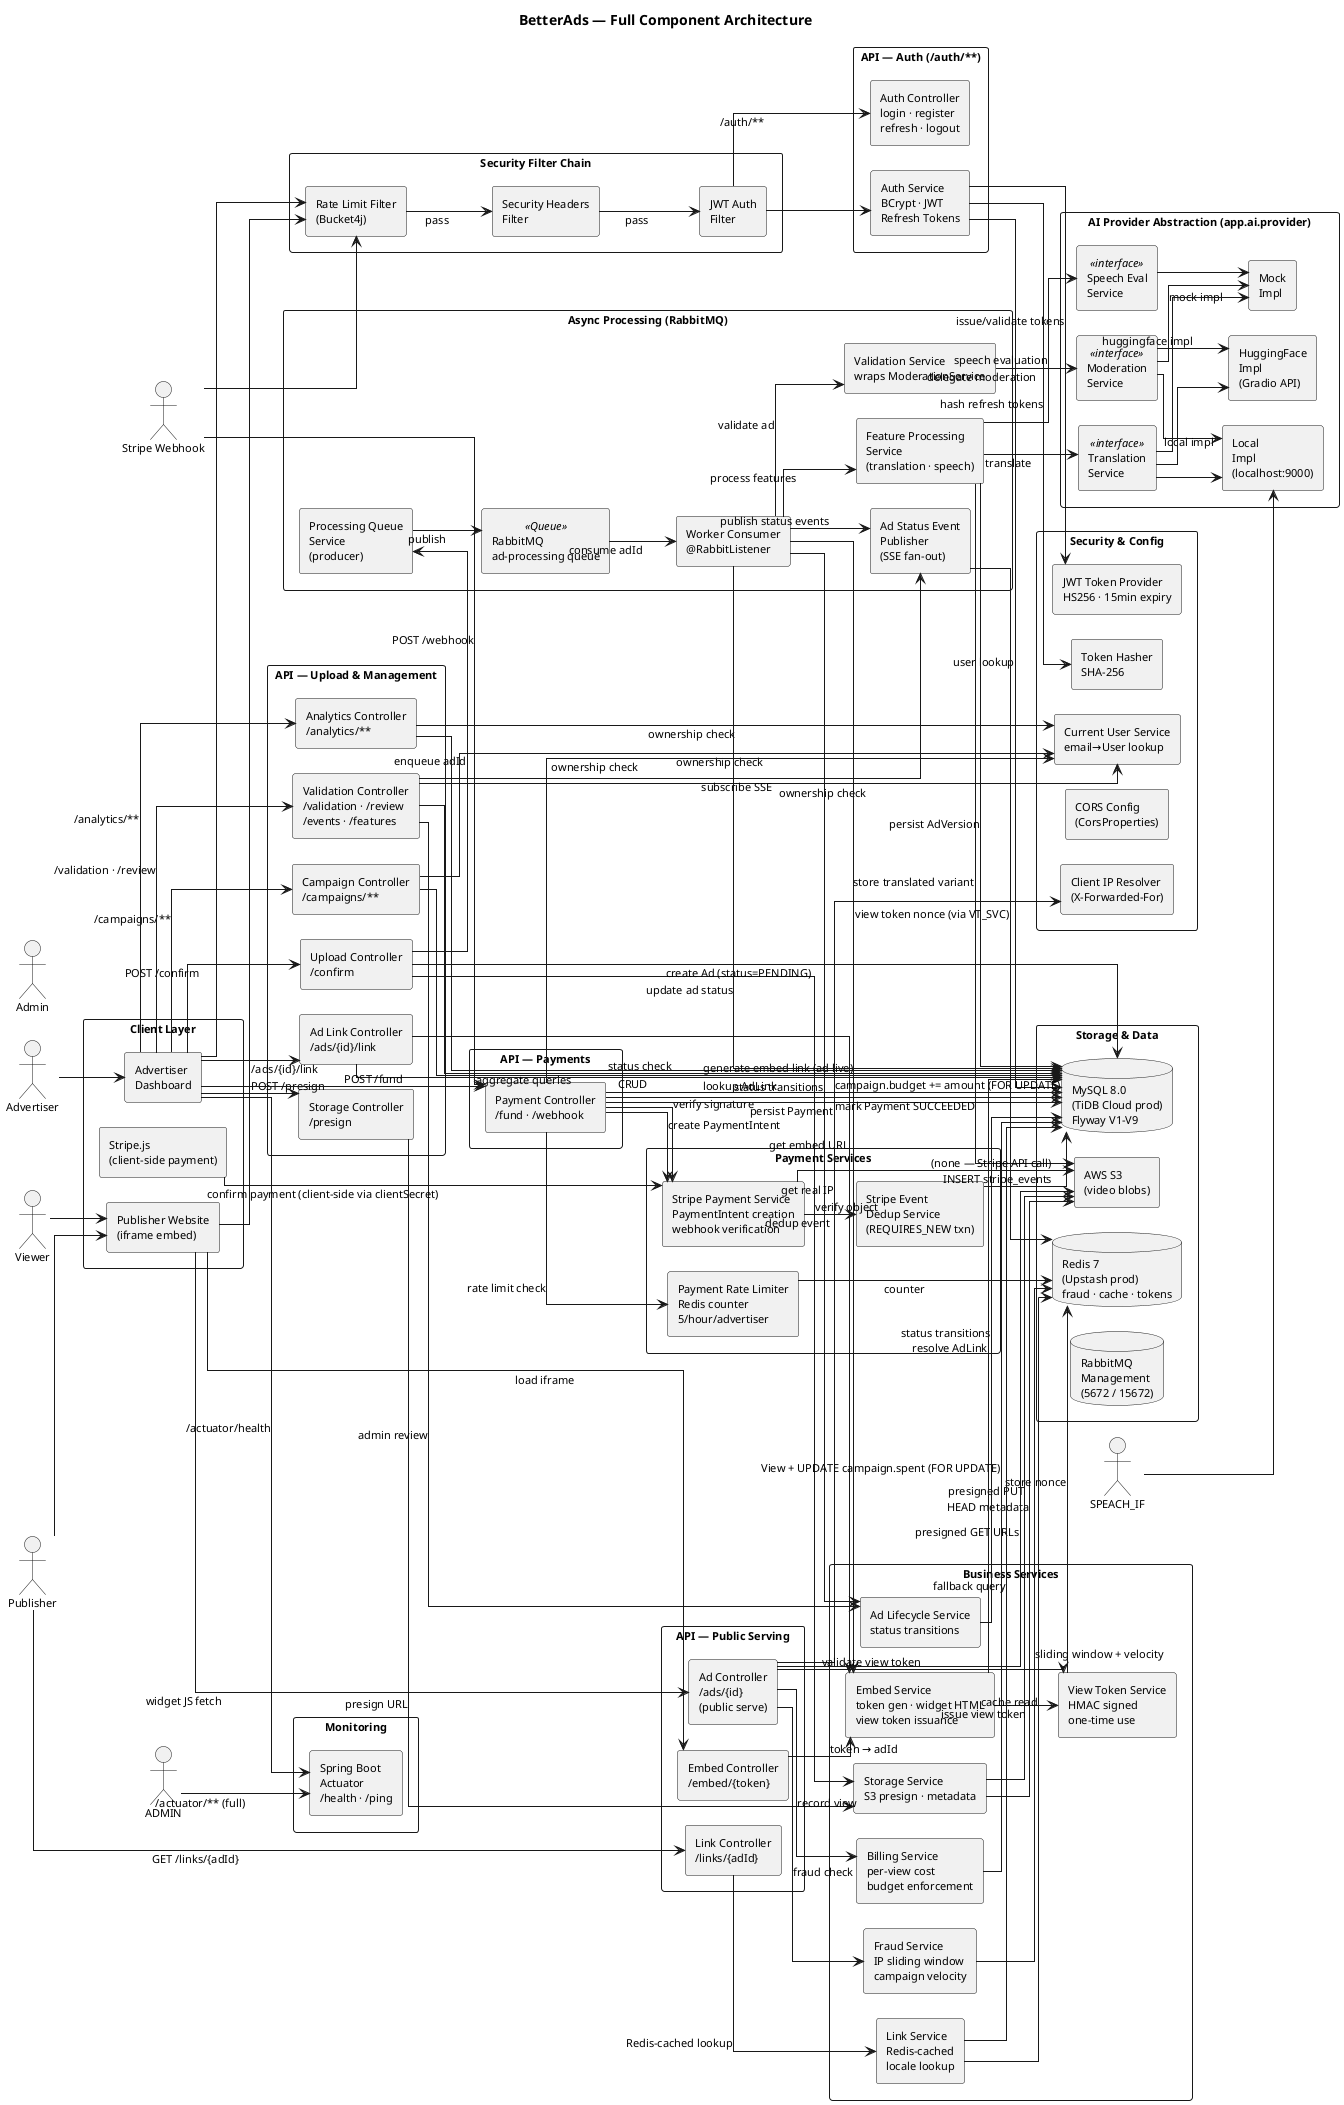
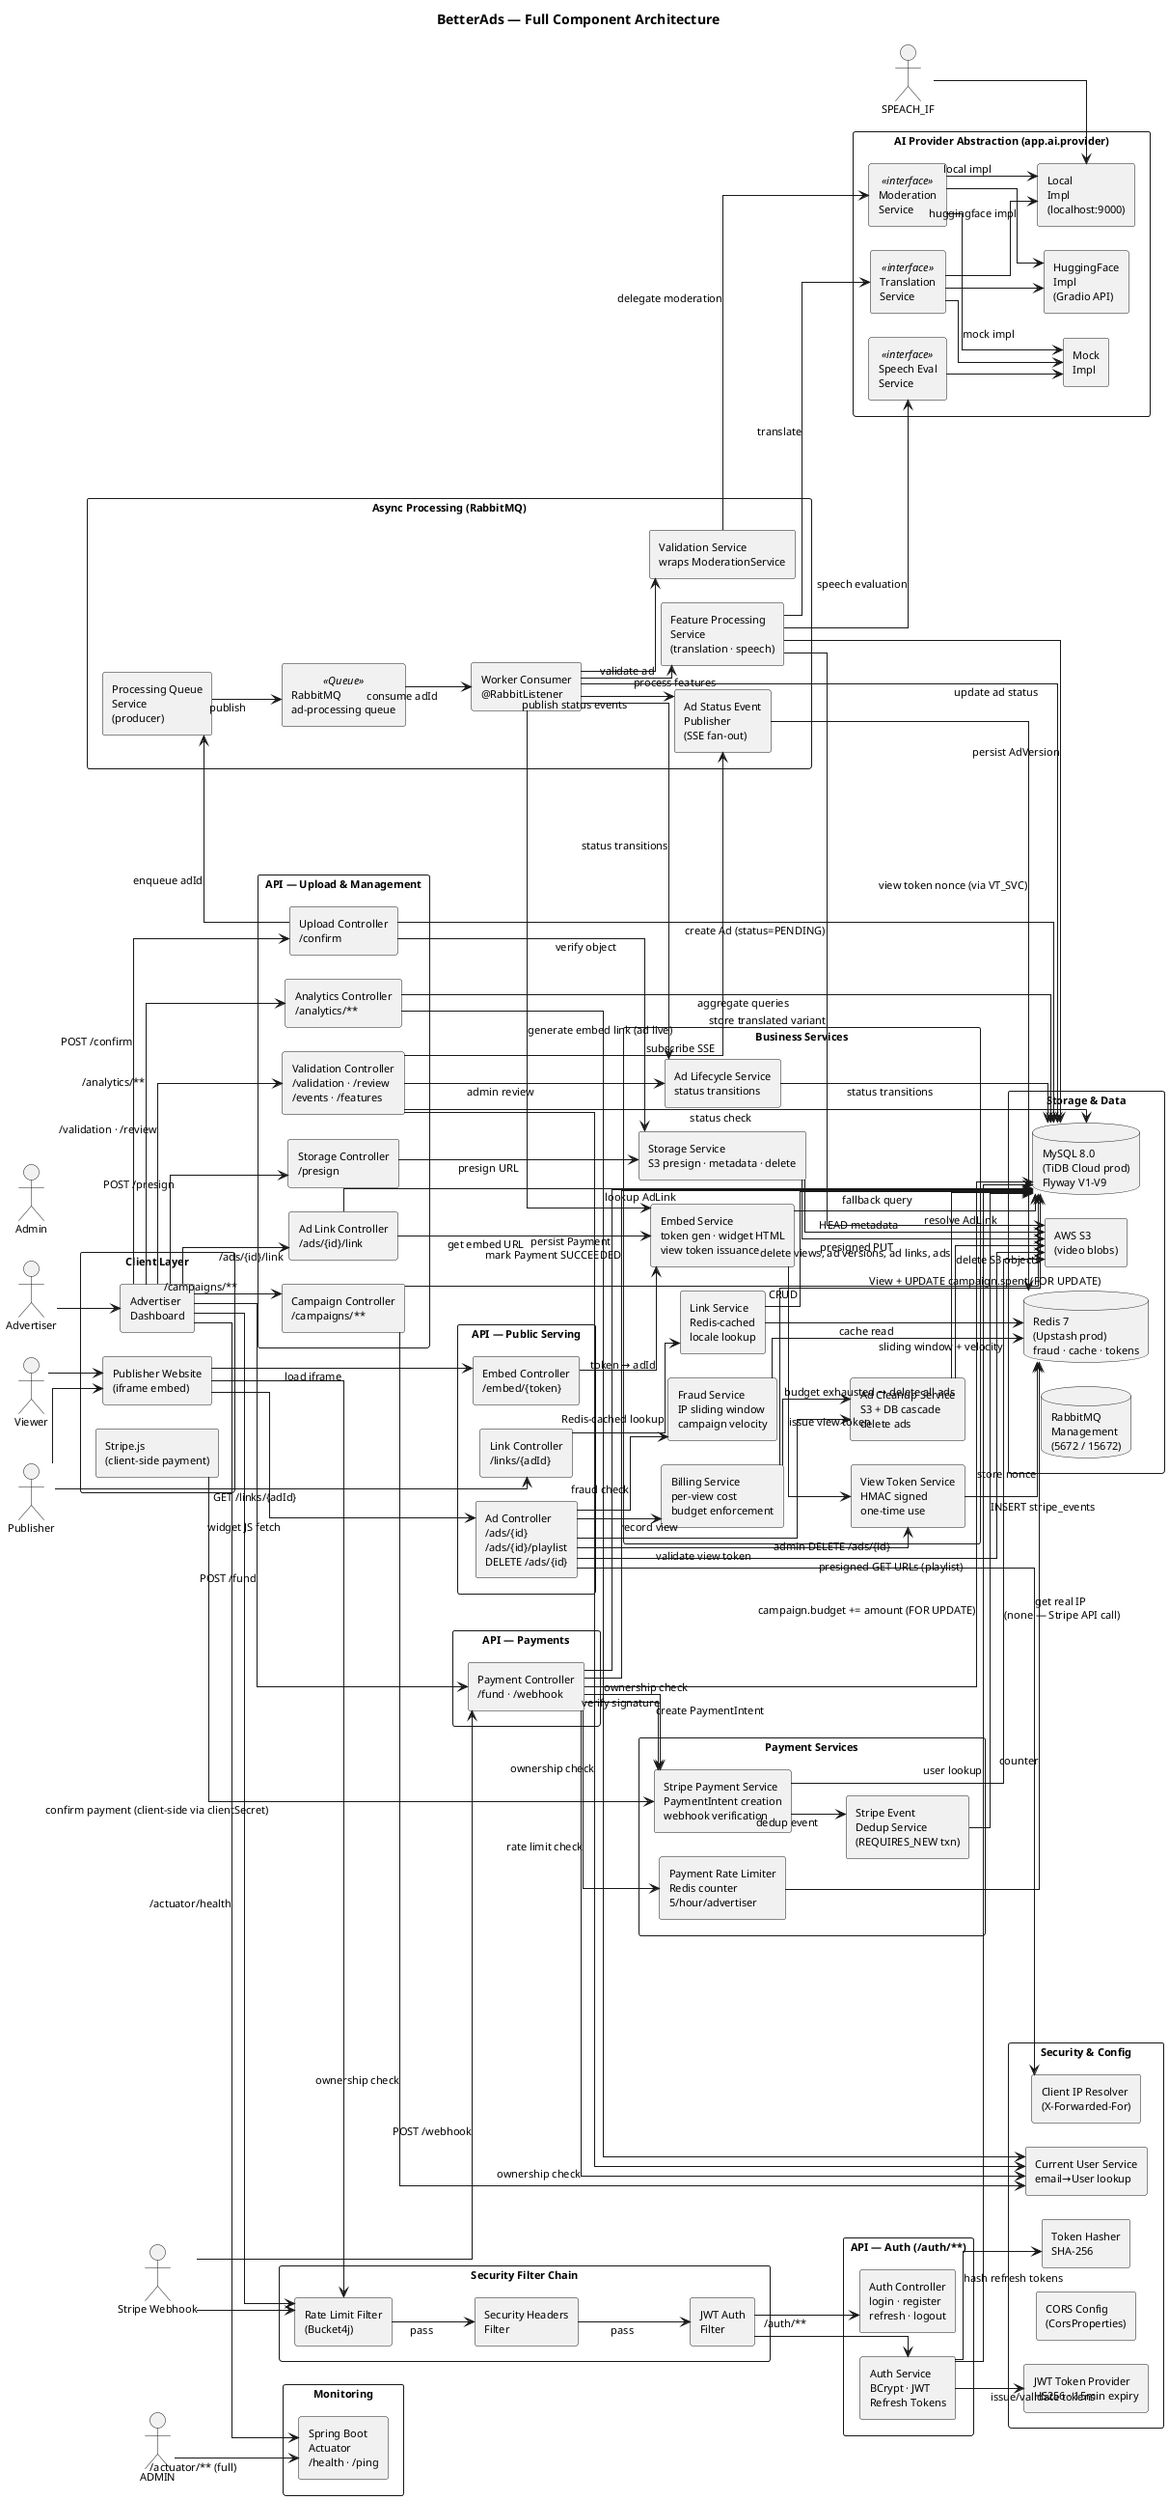
@startuml
left to right direction
skinparam componentStyle rectangle
skinparam linetype ortho
skinparam shadowing false
skinparam nodesep 25
skinparam ranksep 40
skinparam defaultFontSize 11
skinparam packageFontSize 13
skinparam packageStyle rectangle

title BetterAds — Full Component Architecture

'==========================
' Actors
'==========================

actor Advertiser
actor Publisher
actor Viewer
actor "Stripe Webhook" as STRIPE_WH
actor Admin

'==========================
' Client Layer
'==========================

package "Client Layer" {
    component "Advertiser\nDashboard" as ADV_UI
    component "Publisher Website\n(iframe embed)" as PUB_UI
    component "Stripe.js\n(client-side payment)" as STRIPE_JS
}

'==========================
' Security Filter Chain
'==========================

package "Security Filter Chain" {
    component "Rate Limit Filter\n(Bucket4j)" as RATE_FILT
    component "Security Headers\nFilter" as HDR_FILT
    component "JWT Auth\nFilter" as JWT_FILT
}

'==========================
' API Layer — Auth
'==========================

package "API — Auth (/auth/**)" {
    component "Auth Controller\nlogin · register\nrefresh · logout" as AUTH_CTRL
    component "Auth Service\nBCrypt · JWT\nRefresh Tokens" as AUTH_SVC
}

'==========================
' API Layer — Upload & Management
'==========================

package "API — Upload & Management" {
    component "Storage Controller\n/presign" as STORE_CTRL
    component "Upload Controller\n/confirm" as UPLOAD_CTRL
    component "Campaign Controller\n/campaigns/**" as CAMP_CTRL
    component "Validation Controller\n/validation · /review\n/events · /features" as VAL_CTRL
    component "Ad Link Controller\n/ads/{id}/link" as ADLINK_CTRL
    component "Analytics Controller\n/analytics/**" as ANALYTICS_CTRL
}

'==========================
' API Layer — Serving
'==========================

package "API — Public Serving" {
    component "Embed Controller\n/embed/{token}" as EMBED_CTRL
-     component "Ad Controller\n/ads/{id}\n(public serve)" as AD_CTRL
+     component "Ad Controller\n/ads/{id}\n/ads/{id}/playlist\nDELETE /ads/{id}" as AD_CTRL
    component "Link Controller\n/links/{adId}" as LINK_CTRL
}

'==========================
' API Layer — Payments
'==========================

package "API — Payments" {
    component "Payment Controller\n/fund · /webhook" as PAY_CTRL
}

'==========================
' Business Services
'==========================

package "Business Services" {
-     component "Storage Service\nS3 presign · metadata" as STORAGE_SVC
+     component "Storage Service\nS3 presign · metadata · delete" as STORAGE_SVC
    component "Embed Service\ntoken gen · widget HTML\nview token issuance" as EMBED_SVC
    component "Link Service\nRedis-cached\nlocale lookup" as LINK_SVC
    component "Fraud Service\nIP sliding window\ncampaign velocity" as FRAUD_SVC
    component "View Token Service\nHMAC signed\none-time use" as VT_SVC
    component "Billing Service\nper-view cost\nbudget enforcement" as BILL_SVC
    component "Ad Lifecycle Service\nstatus transitions" as LIFECYCLE_SVC
+     component "Ad Cleanup Service\nS3 + DB cascade\ndelete ads" as CLEANUP_SVC
}

'==========================
' Payment Services
'==========================

package "Payment Services" {
    component "Stripe Payment Service\nPaymentIntent creation\nwebhook verification" as STRIPE_SVC
    component "Stripe Event\nDedup Service\n(REQUIRES_NEW txn)" as DEDUP_SVC
    component "Payment Rate Limiter\nRedis counter\n5/hour/advertiser" as PAY_RL
}

'==========================
' Async Processing
'==========================

package "Async Processing (RabbitMQ)" {
    component "Processing Queue\nService\n(producer)" as MQ_PROD
    component "RabbitMQ\nad-processing queue" <<Queue>> as MQ
    component "Worker Consumer\n@RabbitListener" as WORKER
    component "Validation Service\nwraps ModerationService" as VALID_SVC
    component "Feature Processing\nService\n(translation · speech)" as FEAT_SVC
    component "Ad Status Event\nPublisher\n(SSE fan-out)" as SSE_PUB
}

'==========================
' AI Provider Abstraction
'==========================

package "AI Provider Abstraction (app.ai.provider)" {
    component "Moderation\nService" <<interface>> as MOD_IF
    component "Translation\nService" <<interface>> as TRANS_IF
    component "Speech Eval\nService" <<interface>> as SPEECH_IF
    component "Mock\nImpl" as AI_MOCK
    component "Local\nImpl\n(localhost:9000)" as AI_LOCAL
    component "HuggingFace\nImpl\n(Gradio API)" as AI_HF
}

'==========================
' Security & Config
'==========================

package "Security & Config" {
    component "JWT Token Provider\nHS256 · 15min expiry" as JWT_PROV
    component "Token Hasher\nSHA-256" as TOKEN_HASH
    component "Current User Service\nemail→User lookup" as CURR_USER
    component "CORS Config\n(CorsProperties)" as CORS_CFG
    component "Client IP Resolver\n(X-Forwarded-For)" as IP_RESOLVE
}

'==========================
' Storage
'==========================

package "Storage & Data" {
    database "MySQL 8.0\n(TiDB Cloud prod)\nFlyway V1–V9" as DB
    database "Redis 7\n(Upstash prod)\nfraud · cache · tokens" as REDIS
    component "AWS S3\n(video blobs)" as S3
    database "RabbitMQ\nManagement\n(5672 / 15672)" as MQ_MGMT
}

'==========================
' Monitoring
'==========================

package "Monitoring" {
    component "Spring Boot\nActuator\n/health · /ping" as ACTUATOR
}

'==========================================================
' CONNECTIONS — Actors to Client
'==========================================================

Advertiser --> ADV_UI
Publisher  --> PUB_UI
Viewer     --> PUB_UI

'==========================================================
' CONNECTIONS — Client to Security Filters
'==========================================================

ADV_UI -down-> RATE_FILT
PUB_UI -down-> RATE_FILT
STRIPE_WH -down-> RATE_FILT

RATE_FILT --> HDR_FILT : pass
HDR_FILT  --> JWT_FILT : pass

'==========================================================
' CONNECTIONS — Security to Auth
'==========================================================

JWT_FILT --> AUTH_CTRL : /auth/**
JWT_FILT --> AUTH_SVC

AUTH_SVC --> DB           : user lookup
AUTH_SVC --> JWT_PROV     : issue/validate tokens
AUTH_SVC --> TOKEN_HASH   : hash refresh tokens

'==========================================================
' CONNECTIONS — Upload Flow (Advertiser)
'==========================================================

ADV_UI --> STORE_CTRL     : POST /presign
ADV_UI --> UPLOAD_CTRL    : POST /confirm
ADV_UI --> CAMP_CTRL      : /campaigns/**
ADV_UI --> VAL_CTRL       : /validation · /review
ADV_UI --> ADLINK_CTRL    : /ads/{id}/link
ADV_UI --> ANALYTICS_CTRL : /analytics/**

STORE_CTRL  --> STORAGE_SVC   : presign URL
STORAGE_SVC --> S3            : presigned PUT

UPLOAD_CTRL --> STORAGE_SVC   : verify object
STORAGE_SVC --> S3            : HEAD metadata
UPLOAD_CTRL --> DB            : create Ad (status=PENDING)
UPLOAD_CTRL --> MQ_PROD       : enqueue adId
MQ_PROD     --> MQ            : publish

CAMP_CTRL   --> CURR_USER     : ownership check
CAMP_CTRL   --> DB            : CRUD

VAL_CTRL    --> CURR_USER     : ownership check
VAL_CTRL    --> LIFECYCLE_SVC : admin review
VAL_CTRL    --> SSE_PUB       : subscribe SSE
VAL_CTRL    --> DB            : status check

ADLINK_CTRL --> EMBED_SVC     : get embed URL
ADLINK_CTRL --> DB            : lookup AdLink

ANALYTICS_CTRL --> CURR_USER  : ownership check
ANALYTICS_CTRL --> DB         : aggregate queries

'==========================================================
' CONNECTIONS — Async Pipeline
'==========================================================

MQ          --> WORKER        : consume adId
WORKER      --> VALID_SVC     : validate ad
WORKER      --> LIFECYCLE_SVC : status transitions
WORKER      --> SSE_PUB       : publish status events

VALID_SVC   --> MOD_IF        : delegate moderation
MOD_IF      --> AI_MOCK       : mock impl
MOD_IF      --> AI_LOCAL      : local impl
MOD_IF      --> AI_HF         : huggingface impl

WORKER      --> FEAT_SVC      : process features
FEAT_SVC    --> TRANS_IF      : translate
FEAT_SVC    --> SPEECH_IF     : speech evaluation
TRANS_IF    --> AI_MOCK
TRANS_IF    --> AI_LOCAL
TRANS_IF    --> AI_HF
SPEECH_IF   --> AI_MOCK
SPEACH_IF   --> AI_LOCAL

FEAT_SVC    --> S3            : store translated variant
FEAT_SVC    --> DB            : persist AdVersion

WORKER      --> EMBED_SVC     : generate embed link (ad live)
WORKER      --> DB            : update ad status

LIFECYCLE_SVC --> DB          : status transitions
SSE_PUB      --> REDIS        : view token nonce (via VT_SVC)

'==========================================================
' CONNECTIONS — Widget Serving (Viewer)
'==========================================================

PUB_UI      --> EMBED_CTRL    : load iframe
EMBED_CTRL  --> EMBED_SVC     : token → adId
EMBED_SVC   --> DB            : resolve AdLink
EMBED_SVC   --> VT_SVC        : issue view token
VT_SVC      --> REDIS         : store nonce

PUB_UI      --> AD_CTRL       : widget JS fetch
AD_CTRL     --> IP_RESOLVE    : get real IP
AD_CTRL     --> VT_SVC        : validate view token
AD_CTRL     --> FRAUD_SVC     : fraud check
FRAUD_SVC   --> REDIS         : sliding window + velocity
AD_CTRL     --> BILL_SVC      : record view
BILL_SVC    --> DB            : View + UPDATE campaign.spent (FOR UPDATE)
- AD_CTRL     --> S3            : presigned GET URLs
+ BILL_SVC    --> CLEANUP_SVC   : budget exhausted → delete all ads
+ CLEANUP_SVC --> S3            : delete S3 objects
+ CLEANUP_SVC --> DB            : delete views, ad versions, ad links, ads
+ AD_CTRL     --> CLEANUP_SVC   : admin DELETE /ads/{id}
+ AD_CTRL     --> S3            : presigned GET URLs (playlist)

'==========================================================
' CONNECTIONS — Payment Flow
'==========================================================

ADV_UI      --> PAY_CTRL      : POST /fund
PAY_CTRL    --> PAY_RL        : rate limit check
PAY_RL      --> REDIS         : counter
PAY_CTRL    --> CURR_USER     : ownership check
PAY_CTRL    --> STRIPE_SVC    : create PaymentIntent
STRIPE_SVC  --> S3            : (none — Stripe API call)
PAY_CTRL    --> DB            : persist Payment

STRIPE_JS   --> STRIPE_SVC    : confirm payment (client-side via clientSecret)

STRIPE_WH   --> PAY_CTRL      : POST /webhook
PAY_CTRL    --> STRIPE_SVC    : verify signature
STRIPE_SVC  --> DEDUP_SVC     : dedup event
DEDUP_SVC   --> DB            : INSERT stripe_events
PAY_CTRL    --> DB            : mark Payment SUCCEEDED
PAY_CTRL    --> DB            : campaign.budget += amount (FOR UPDATE)

'==========================================================
' CONNECTIONS — Publisher Link Lookup
'==========================================================

Publisher   --> LINK_CTRL     : GET /links/{adId}
LINK_CTRL   --> LINK_SVC      : Redis-cached lookup
LINK_SVC    --> REDIS         : cache read
LINK_SVC    --> DB            : fallback query

'==========================================================
' CONNECTIONS — Monitoring
'==========================================================

ADV_UI      --> ACTUATOR      : /actuator/health
ADMIN       --> ACTUATOR      : /actuator/** (full)

'==========================================================
' STORAGE interconnections
'==========================================================

DB -[hidden]right-> REDIS
REDIS -[hidden]right-> S3

@enduml
